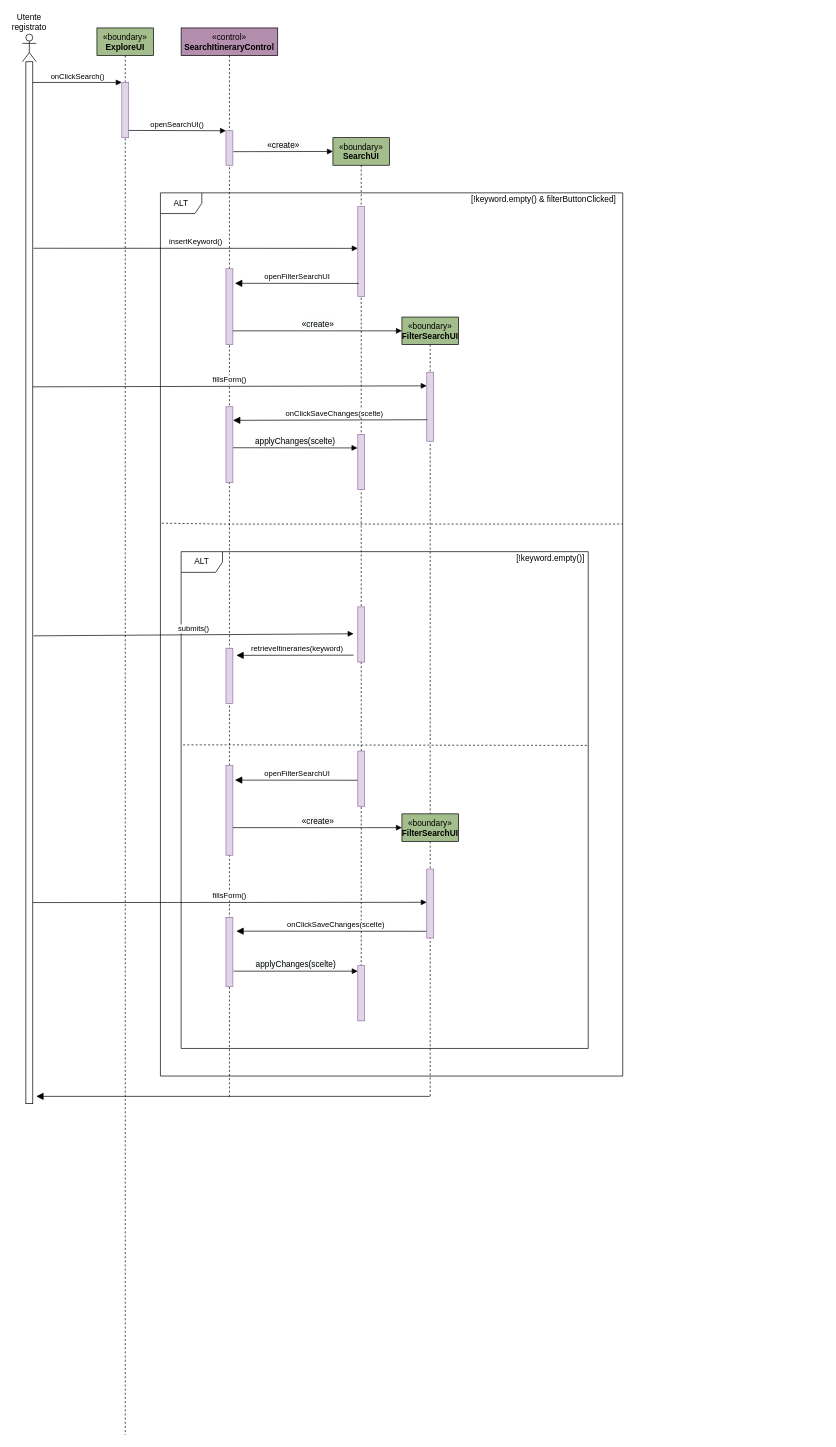
Earlier version of the draw.io diagram docs/sequenceDomain.drawio (archer-65/natour-2122). Source tidied: cells renumbered, new cells numbered last; positions are measured from the earlier drawing's top-left corner, leaving out a move shared by most shapes. Both pictures are drawn from the tidied source at 69%, with x=0, y=0 at pixel (22, 28).
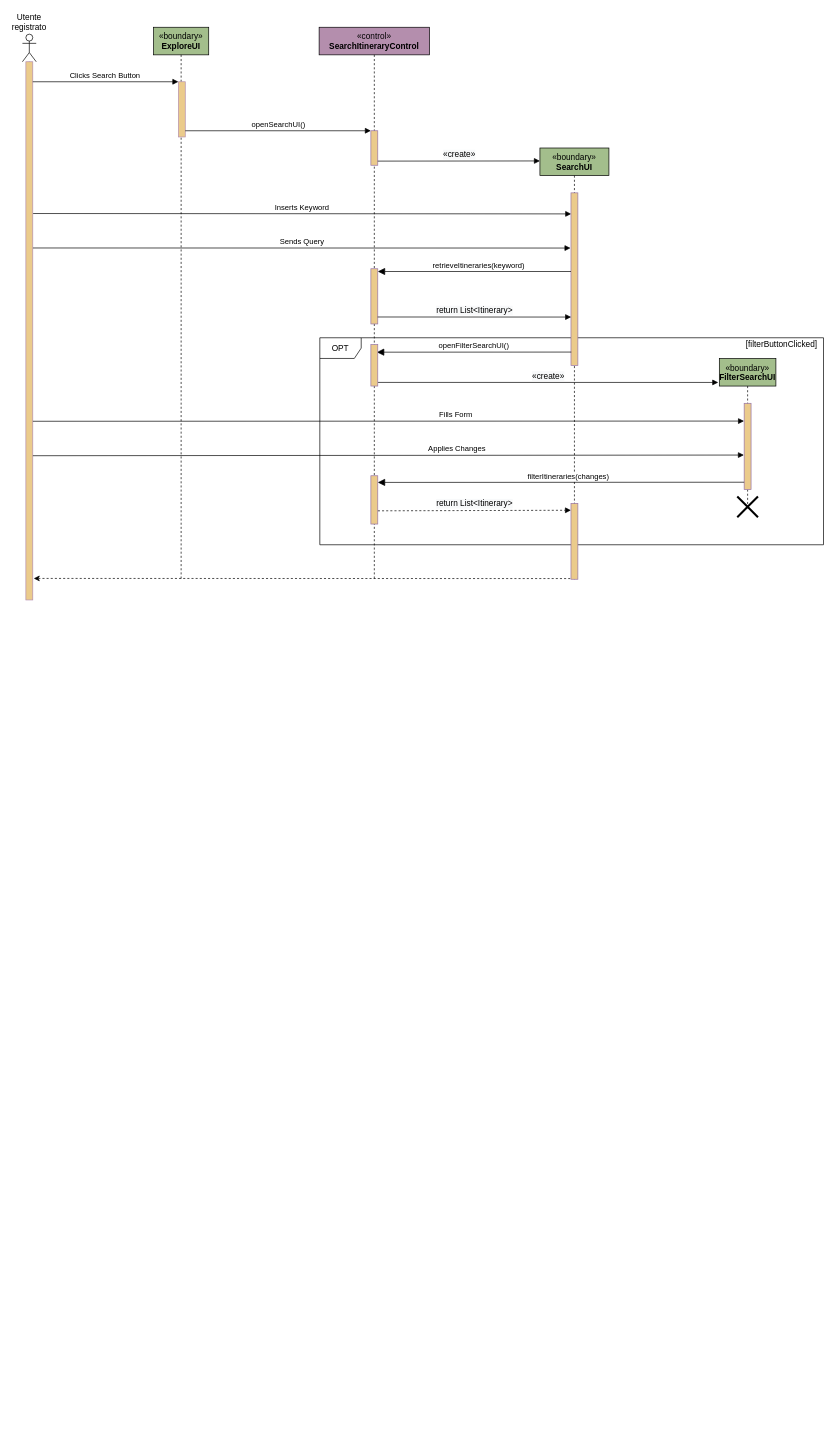
The same page after the edit.

Commit message (it also covers changes not shown here):
Sequence (Ricerca itinerario) completato

Diff of the diagram source:
```diff
@@
+    <mxCell id="46" value="OPT" style="shape=umlFrame;whiteSpace=wrap;html=1;" parent="1" vertex="1">
+      <mxGeometry x="431" y="449" width="730" height="300" as="geometry" />
+    </mxCell>
     <mxCell id="2" value="Utente registrato" style="shape=umlLifeline;participant=umlActor;perimeter=lifelinePerimeter;whiteSpace=wrap;html=1;verticalAlign=bottom;spacingTop=36;size=40;rounded=0;shadow=0;glass=0;labelPosition=center;verticalLabelPosition=top;align=center;strokeWidth=1;perimeterSpacing=0;" parent="1" vertex="1">
-      <mxGeometry y="9" width="20" height="1550" as="geometry" />
+      <mxGeometry y="9" width="20" height="810" as="geometry" />
     </mxCell>
-    <mxCell id="3" style="html=1;points=[];perimeter=orthogonalPerimeter;" parent="2" vertex="1">
-      <mxGeometry x="5" y="40" width="10" height="1510" as="geometry" />
+    <mxCell id="3" style="html=1;points=[];perimeter=orthogonalPerimeter;fillColor=#EBCB8B;strokeColor=#B48EAD;" parent="2" vertex="1">
+      <mxGeometry x="5" y="40" width="10" height="780" as="geometry" />
     </mxCell>
-    <mxCell id="4" value="onClickSearch()" style="html=1;verticalAlign=bottom;endArrow=block;entryX=0;entryY=0;" parent="1" edge="1" source="3" target="6">
+    <mxCell id="4" value="Clicks Search Button&amp;nbsp;" style="html=1;verticalAlign=bottom;endArrow=block;entryX=0;entryY=0;" parent="1" edge="1" source="3" target="6">
       <mxGeometry relative="1" as="geometry" />
     </mxCell>
     <mxCell id="5" value="&lt;span&gt;«boundary»&lt;/span&gt;&lt;br&gt;&lt;b&gt;ExploreUI&lt;/b&gt;" style="shape=umlLifeline;perimeter=lifelinePerimeter;whiteSpace=wrap;html=1;rounded=0;shadow=0;glass=0;strokeWidth=1;verticalAlign=top;fillColor=#A3BE8C;" parent="1" vertex="1">
-      <mxGeometry x="108" width="82" height="2039" as="geometry" />
+      <mxGeometry x="190" y="-1" width="80" height="800" as="geometry" />
     </mxCell>
-    <mxCell id="6" style="html=1;points=[];perimeter=orthogonalPerimeter;fillColor=#e1d5e7;strokeColor=#9673a6;" parent="5" vertex="1">
+    <mxCell id="6" style="html=1;points=[];perimeter=orthogonalPerimeter;fillColor=#EBCB8B;strokeColor=#B48EAD;" parent="5" vertex="1">
       <mxGeometry x="36" y="79" width="10" height="80" as="geometry" />
     </mxCell>
     <mxCell id="7" value="&lt;span&gt;«control»&lt;/span&gt;&lt;br&gt;&lt;b&gt;SearchItineraryControl&lt;/b&gt;" style="shape=umlLifeline;perimeter=lifelinePerimeter;whiteSpace=wrap;html=1;rounded=0;shadow=0;glass=0;strokeWidth=1;verticalAlign=top;fillColor=#B48EAD;" parent="1" vertex="1">
-      <mxGeometry x="230" width="140" height="1549" as="geometry" />
+      <mxGeometry x="430" y="-1" width="160" height="800" as="geometry" />
     </mxCell>
-    <mxCell id="8" style="html=1;points=[];perimeter=orthogonalPerimeter;fillColor=#e1d5e7;strokeColor=#9673a6;" parent="1" vertex="1">
-      <mxGeometry x="295" y="149" width="10" height="50" as="geometry" />
+    <mxCell id="8" style="html=1;points=[];perimeter=orthogonalPerimeter;strokeColor=#9673a6;fillColor=#EBCB8B;" parent="1" vertex="1">
+      <mxGeometry x="505" y="149" width="10" height="50" as="geometry" />
     </mxCell>
-    <mxCell id="9" value="openSearchUI()" style="html=1;verticalAlign=bottom;endArrow=block;entryX=0;entryY=0;exitX=1.006;exitY=0.869;exitDx=0;exitDy=0;exitPerimeter=0;" parent="1" edge="1" source="6" target="8">
-      <mxGeometry relative="1" as="geometry" />
+    <mxCell id="9" value="openSearchUI()" style="html=1;verticalAlign=bottom;endArrow=block;entryX=0;entryY=0;" parent="1" edge="1" target="8">
+      <mxGeometry relative="1" as="geometry">
+        <mxPoint x="236" y="149" as="sourcePoint" />
+      </mxGeometry>
     </mxCell>
     <mxCell id="10" value="&lt;span&gt;«boundary»&lt;/span&gt;&lt;br&gt;&lt;b&gt;SearchUI&lt;/b&gt;" style="shape=umlLifeline;perimeter=lifelinePerimeter;whiteSpace=wrap;html=1;outlineConnect=0;rounded=0;shadow=0;glass=0;strokeWidth=1;verticalAlign=top;fillColor=#A3BE8C;" parent="1" vertex="1">
-      <mxGeometry x="450" y="159" width="82" height="1200" as="geometry" />
+      <mxGeometry x="750" y="174" width="100" height="625" as="geometry" />
     </mxCell>
-    <mxCell id="11" value="insertKeyword()" style="html=1;verticalAlign=bottom;endArrow=block;exitX=1.1;exitY=0.179;exitDx=0;exitDy=0;exitPerimeter=0;entryX=0;entryY=0.465;entryDx=0;entryDy=0;entryPerimeter=0;" parent="1" edge="1" source="3" target="14">
+    <mxCell id="11" value="Inserts Keyword" style="html=1;verticalAlign=bottom;endArrow=block;entryX=0.036;entryY=0.122;entryDx=0;entryDy=0;entryPerimeter=0;exitX=1.05;exitY=0.282;exitDx=0;exitDy=0;exitPerimeter=0;" parent="1" edge="1" source="3" target="14">
       <mxGeometry relative="1" as="geometry" />
     </mxCell>
-    <mxCell id="12" value="&lt;span style=&quot;font-size: 12px ; background-color: rgb(248 , 249 , 250)&quot;&gt;«create»&lt;/span&gt;" style="html=1;verticalAlign=bottom;endArrow=block;exitX=1.067;exitY=0.606;exitDx=0;exitDy=0;exitPerimeter=0;" parent="1" edge="1" source="8">
+    <mxCell id="12" value="&lt;span style=&quot;font-size: 12px ; background-color: rgb(248 , 249 , 250)&quot;&gt;«create»&lt;/span&gt;" style="html=1;verticalAlign=bottom;endArrow=block;entryX=0;entryY=0.03;entryDx=0;entryDy=0;entryPerimeter=0;" parent="1" edge="1" target="10">
       <mxGeometry relative="1" as="geometry">
-        <mxPoint x="450" y="179" as="targetPoint" />
+        <mxPoint x="515" y="193" as="sourcePoint" />
       </mxGeometry>
     </mxCell>
-    <mxCell id="13" value="ALT" style="shape=umlFrame;whiteSpace=wrap;html=1;" parent="1" vertex="1">
-      <mxGeometry x="200" y="239" width="670" height="1280" as="geometry" />
-    </mxCell>
-    <mxCell id="14" style="html=1;points=[];perimeter=orthogonalPerimeter;fillColor=#e1d5e7;strokeColor=#9673a6;" parent="1" vertex="1">
-      <mxGeometry x="486" y="259" width="10" height="130" as="geometry" />
+    <mxCell id="14" style="html=1;points=[];perimeter=orthogonalPerimeter;strokeColor=#9673a6;fillColor=#EBCB8B;" parent="1" vertex="1">
+      <mxGeometry x="795" y="239" width="10" height="250" as="geometry" />
     </mxCell>
-    <mxCell id="15" value="[!keyword.empty() &amp;amp; filterButtonClicked]" style="text;html=1;align=center;verticalAlign=middle;strokeColor=none;fillColor=none;" parent="1" vertex="1">
-      <mxGeometry x="640" y="239" width="230" height="20" as="geometry" />
-    </mxCell>
-    <mxCell id="16" style="html=1;points=[];perimeter=orthogonalPerimeter;fillColor=#e1d5e7;strokeColor=#9673a6;" parent="1" vertex="1">
-      <mxGeometry x="295" y="349" width="10" height="110" as="geometry" />
-    </mxCell>
-    <mxCell id="17" value="openFilterSearchUI" style="html=1;verticalAlign=bottom;endArrow=block;endSize=8;strokeWidth=1;endFill=1;exitX=0.059;exitY=0.915;exitDx=0;exitDy=0;exitPerimeter=0;entryX=1.2;entryY=0.162;entryDx=0;entryDy=0;entryPerimeter=0;" parent="1" edge="1">
-      <mxGeometry relative="1" as="geometry">
-        <mxPoint x="487.6" y="370.3" as="sourcePoint" />
-        <mxPoint x="308" y="370.1" as="targetPoint" />
-      </mxGeometry>
-    </mxCell>
-    <mxCell id="18" value="&lt;span style=&quot;font-size: 12px ; background-color: rgb(248 , 249 , 250)&quot;&gt;«create»&lt;/span&gt;" style="html=1;verticalAlign=bottom;endArrow=block;" parent="1" edge="1" source="16">
-      <mxGeometry relative="1" as="geometry">
-        <mxPoint x="550" y="439" as="targetPoint" />
-      </mxGeometry>
-    </mxCell>
     <mxCell id="19" value="&lt;span&gt;«boundary»&lt;/span&gt;&lt;br&gt;&lt;b&gt;FilterSearchUI&lt;/b&gt;" style="shape=umlLifeline;perimeter=lifelinePerimeter;whiteSpace=wrap;html=1;outlineConnect=0;rounded=0;shadow=0;glass=0;strokeWidth=1;verticalAlign=top;fillColor=#A3BE8C;" parent="1" vertex="1">
-      <mxGeometry x="550" y="419" width="82" height="720" as="geometry" />
+      <mxGeometry x="1010" y="479" width="82" height="220" as="geometry" />
     </mxCell>
-    <mxCell id="20" style="html=1;points=[];perimeter=orthogonalPerimeter;fillColor=#e1d5e7;strokeColor=#9673a6;" parent="1" vertex="1">
-      <mxGeometry x="586" y="499" width="10" height="100" as="geometry" />
+    <mxCell id="20" style="html=1;points=[];perimeter=orthogonalPerimeter;strokeColor=#9673a6;fillColor=#EBCB8B;" parent="1" vertex="1">
+      <mxGeometry x="1046" y="544" width="10" height="125" as="geometry" />
     </mxCell>
-    <mxCell id="21" value="fillsForm()" style="html=1;verticalAlign=bottom;endArrow=block;entryX=0;entryY=0.197;entryDx=0;entryDy=0;entryPerimeter=0;exitX=1.017;exitY=0.312;exitDx=0;exitDy=0;exitPerimeter=0;" parent="1" edge="1" source="3" target="20">
-      <mxGeometry relative="1" as="geometry" />
+    <mxCell id="21" value="Fills Form" style="html=1;verticalAlign=bottom;endArrow=block;exitX=1.017;exitY=0.668;exitDx=0;exitDy=0;exitPerimeter=0;entryX=-0.02;entryY=0.206;entryDx=0;entryDy=0;entryPerimeter=0;" parent="1" edge="1" source="3" target="20">
+      <mxGeometry x="0.19" relative="1" as="geometry" />
     </mxCell>
-    <mxCell id="22" value="onClickSaveChanges(scelte)" style="html=1;verticalAlign=bottom;endArrow=block;endSize=8;strokeWidth=1;endFill=1;exitX=0.083;exitY=0.688;exitDx=0;exitDy=0;exitPerimeter=0;entryX=1.017;entryY=0.179;entryDx=0;entryDy=0;entryPerimeter=0;" parent="1" edge="1" source="20" target="42">
-      <mxGeometry x="-0.04" relative="1" as="geometry" />
-    </mxCell>
-    <mxCell id="23" style="html=1;points=[];perimeter=orthogonalPerimeter;fillColor=#e1d5e7;strokeColor=#9673a6;" parent="1" vertex="1">
-      <mxGeometry x="486" y="589" width="10" height="80" as="geometry" />
-    </mxCell>
-    <mxCell id="24" value="&lt;span style=&quot;font-size: 12px ; background-color: rgb(248 , 249 , 250)&quot;&gt;applyChanges(scelte)&lt;/span&gt;" style="html=1;verticalAlign=bottom;endArrow=block;entryX=-0.038;entryY=0.246;entryDx=0;entryDy=0;entryPerimeter=0;exitX=0.924;exitY=0.54;exitDx=0;exitDy=0;exitPerimeter=0;" parent="1" edge="1" source="42" target="23">
-      <mxGeometry relative="1" as="geometry" />
-    </mxCell>
-    <mxCell id="25" style="endArrow=none;dashed=1;html=1;exitX=0.003;exitY=0.374;exitDx=0;exitDy=0;exitPerimeter=0;" parent="1" edge="1" source="13">
-      <mxGeometry relative="1" as="geometry">
-        <mxPoint x="870" y="719" as="targetPoint" />
-        <Array as="points">
-          <mxPoint x="290" y="719" />
-        </Array>
-      </mxGeometry>
-    </mxCell>
-    <mxCell id="26" value="ALT" style="shape=umlFrame;whiteSpace=wrap;html=1;" parent="1" vertex="1">
-      <mxGeometry x="230" y="759" width="590" height="720" as="geometry" />
-    </mxCell>
-    <mxCell id="27" value="[!keyword.empty()]" style="text;html=1;align=center;verticalAlign=middle;strokeColor=none;fillColor=none;" parent="1" vertex="1">
-      <mxGeometry x="710" y="759" width="110" height="20" as="geometry" />
-    </mxCell>
-    <mxCell id="28" style="endArrow=none;dashed=1;html=1;exitX=0.005;exitY=0.389;exitDx=0;exitDy=0;exitPerimeter=0;entryX=1.002;entryY=0.39;entryDx=0;entryDy=0;entryPerimeter=0;" parent="1" edge="1" source="26" target="26">
-      <mxGeometry relative="1" as="geometry">
-        <Array as="points">
-          <mxPoint x="260" y="1039" />
-          <mxPoint x="291" y="1039" />
-        </Array>
-      </mxGeometry>
-    </mxCell>
-    <mxCell id="29" style="html=1;perimeter=orthogonalPerimeter;fillColor=#e1d5e7;strokeColor=#9673a6;" parent="1" vertex="1">
-      <mxGeometry x="486" y="839" width="10" height="80" as="geometry" />
-    </mxCell>
-    <mxCell id="30" value="submits()" style="html=1;verticalAlign=bottom;endArrow=block;exitX=1.1;exitY=0.551;exitDx=0;exitDy=0;exitPerimeter=0;" parent="1" edge="1" source="3">
-      <mxGeometry relative="1" as="geometry">
-        <mxPoint x="480" y="878" as="targetPoint" />
-      </mxGeometry>
-    </mxCell>
-    <mxCell id="31" style="html=1;perimeter=orthogonalPerimeter;fillColor=#e1d5e7;strokeColor=#9673a6;" parent="1" vertex="1">
-      <mxGeometry x="295" y="899" width="10" height="80" as="geometry" />
-    </mxCell>
+    <mxCell id="47" style="edgeStyle=none;html=1;dashed=1;entryX=1.14;entryY=0.96;entryDx=0;entryDy=0;entryPerimeter=0;" parent="1" edge="1" target="3">
+      <mxGeometry relative="1" as="geometry">
+        <mxPoint x="794" y="798" as="sourcePoint" />
+      </mxGeometry>
+    </mxCell>
+    <mxCell id="48" style="html=1;points=[];perimeter=orthogonalPerimeter;strokeColor=#9673a6;fillColor=#EBCB8B;" parent="1" vertex="1">
+      <mxGeometry x="795" y="689" width="10" height="110" as="geometry" />
+    </mxCell>
+    <mxCell id="49" style="html=1;points=[];perimeter=orthogonalPerimeter;strokeColor=#9673a6;fillColor=#EBCB8B;" parent="1" vertex="1">
+      <mxGeometry x="505" y="649" width="10" height="70" as="geometry" />
+    </mxCell>
+    <mxCell id="50" value="openFilterSearchUI()" style="html=1;verticalAlign=bottom;endArrow=block;endSize=8;strokeWidth=1;endFill=1;exitX=0.043;exitY=0.923;exitDx=0;exitDy=0;exitPerimeter=0;entryX=0.872;entryY=0.182;entryDx=0;entryDy=0;entryPerimeter=0;" parent="1" edge="1" source="14" target="55">
+      <mxGeometry relative="1" as="geometry" />
+    </mxCell>
+    <mxCell id="51" value="[filterButtonClicked]" style="text;html=1;align=center;verticalAlign=middle;strokeColor=none;fillColor=none;" parent="1" vertex="1">
+      <mxGeometry x="1040" y="449" width="120" height="20" as="geometry" />
+    </mxCell>
     <mxCell id="32" value="retrieveItineraries(keyword)" style="html=1;verticalAlign=bottom;endArrow=block;endSize=8;strokeWidth=1;endFill=1;" parent="1" edge="1">
       <mxGeometry x="-0.04" relative="1" as="geometry">
-        <mxPoint x="480" y="909" as="sourcePoint" />
-        <mxPoint x="310" y="909.3" as="targetPoint" />
+        <mxPoint x="795" y="353" as="sourcePoint" />
+        <mxPoint x="515" y="353" as="targetPoint" />
       </mxGeometry>
     </mxCell>
-    <mxCell id="33" style="html=1;points=[];perimeter=orthogonalPerimeter;fillColor=#e1d5e7;strokeColor=#9673a6;" parent="1" vertex="1">
-      <mxGeometry x="295" y="1069" width="10" height="130" as="geometry" />
-    </mxCell>
-    <mxCell id="34" value="openFilterSearchUI" style="html=1;verticalAlign=bottom;endArrow=block;endSize=8;strokeWidth=1;endFill=1;exitX=0.059;exitY=0.915;exitDx=0;exitDy=0;exitPerimeter=0;entryX=1.2;entryY=0.162;entryDx=0;entryDy=0;entryPerimeter=0;" parent="1" edge="1">
-      <mxGeometry relative="1" as="geometry">
-        <mxPoint x="487.6" y="1090.3" as="sourcePoint" />
-        <mxPoint x="308" y="1090.1" as="targetPoint" />
-      </mxGeometry>
-    </mxCell>
-    <mxCell id="35" value="&lt;span style=&quot;font-size: 12px ; background-color: rgb(248 , 249 , 250)&quot;&gt;«create»&lt;/span&gt;" style="html=1;verticalAlign=bottom;endArrow=block;" parent="1" edge="1" source="33">
-      <mxGeometry relative="1" as="geometry">
-        <mxPoint x="550" y="1159" as="targetPoint" />
-      </mxGeometry>
-    </mxCell>
-    <mxCell id="36" value="&lt;span&gt;«boundary»&lt;/span&gt;&lt;br&gt;&lt;b&gt;FilterSearchUI&lt;/b&gt;" style="shape=umlLifeline;perimeter=lifelinePerimeter;whiteSpace=wrap;html=1;outlineConnect=0;rounded=0;shadow=0;glass=0;strokeWidth=1;verticalAlign=top;fillColor=#A3BE8C;" parent="1" vertex="1">
-      <mxGeometry x="550" y="1139" width="82" height="410" as="geometry" />
-    </mxCell>
-    <mxCell id="37" value="onClickSaveChanges(scelte)" style="html=1;verticalAlign=bottom;endArrow=block;endSize=8;strokeWidth=1;endFill=1;exitX=0.059;exitY=0.915;exitDx=0;exitDy=0;exitPerimeter=0;" parent="1" edge="1">
-      <mxGeometry x="-0.04" relative="1" as="geometry">
-        <mxPoint x="586" y="1309.2" as="sourcePoint" />
-        <mxPoint x="310" y="1309" as="targetPoint" />
-      </mxGeometry>
-    </mxCell>
-    <mxCell id="38" value="&lt;span style=&quot;font-size: 12px ; background-color: rgb(248 , 249 , 250)&quot;&gt;applyChanges(scelte)&lt;/span&gt;" style="html=1;verticalAlign=bottom;endArrow=block;" parent="1" edge="1">
-      <mxGeometry relative="1" as="geometry">
-        <mxPoint x="306" y="1367" as="sourcePoint" />
-        <mxPoint x="486" y="1367" as="targetPoint" />
-      </mxGeometry>
-    </mxCell>
-    <mxCell id="39" style="html=1;perimeter=orthogonalPerimeter;fillColor=#e1d5e7;strokeColor=#9673a6;" parent="1" vertex="1">
-      <mxGeometry x="486" y="1359" width="10" height="80" as="geometry" />
-    </mxCell>
-    <mxCell id="40" style="html=1;points=[];perimeter=orthogonalPerimeter;fillColor=#e1d5e7;strokeColor=#9673a6;" parent="1" vertex="1">
-      <mxGeometry x="586" y="1219" width="10" height="100" as="geometry" />
-    </mxCell>
-    <mxCell id="41" value="fillsForm()" style="html=1;verticalAlign=bottom;endArrow=block;entryX=0.005;entryY=0.482;entryDx=0;entryDy=0;entryPerimeter=0;exitX=1.017;exitY=0.807;exitDx=0;exitDy=0;exitPerimeter=0;" parent="1" edge="1" source="3" target="40">
-      <mxGeometry relative="1" as="geometry" />
-    </mxCell>
-    <mxCell id="42" style="html=1;points=[];perimeter=orthogonalPerimeter;fillColor=#e1d5e7;strokeColor=#9673a6;" parent="1" vertex="1">
-      <mxGeometry x="295" y="549" width="10" height="110" as="geometry" />
-    </mxCell>
-    <mxCell id="43" style="html=1;perimeter=orthogonalPerimeter;fillColor=#e1d5e7;strokeColor=#9673a6;" parent="1" vertex="1">
-      <mxGeometry x="486" y="1048" width="10" height="80" as="geometry" />
-    </mxCell>
-    <mxCell id="44" style="html=1;verticalAlign=bottom;endArrow=block;endSize=8;strokeWidth=1;endFill=1;entryX=1.5;entryY=0.993;entryDx=0;entryDy=0;entryPerimeter=0;" parent="1" edge="1" source="36" target="3">
-      <mxGeometry relative="1" as="geometry" />
-    </mxCell>
-    <mxCell id="45" style="html=1;perimeter=orthogonalPerimeter;fillColor=#e1d5e7;strokeColor=#9673a6;" parent="1" vertex="1">
-      <mxGeometry x="295" y="1289" width="10" height="100" as="geometry" />
-    </mxCell>
+    <mxCell id="52" style="html=1;points=[];perimeter=orthogonalPerimeter;strokeColor=#9673a6;fillColor=#EBCB8B;" parent="1" vertex="1">
+      <mxGeometry x="505" y="349" width="10" height="80" as="geometry" />
+    </mxCell>
+    <mxCell id="53" value="&lt;span style=&quot;font-size: 12px ; background-color: rgb(248 , 249 , 250)&quot;&gt;return List&amp;lt;Itinerary&amp;gt;&lt;/span&gt;" style="html=1;verticalAlign=bottom;endArrow=block;entryX=0.024;entryY=0.72;entryDx=0;entryDy=0;entryPerimeter=0;exitX=0.985;exitY=0.874;exitDx=0;exitDy=0;exitPerimeter=0;" parent="1" edge="1" source="52" target="14">
+      <mxGeometry relative="1" as="geometry" />
+    </mxCell>
+    <mxCell id="54" value="&lt;span style=&quot;font-size: 12px ; background-color: rgb(248 , 249 , 250)&quot;&gt;«create»&lt;/span&gt;" style="html=1;verticalAlign=bottom;endArrow=block;exitX=1.004;exitY=0.912;exitDx=0;exitDy=0;exitPerimeter=0;entryX=-0.019;entryY=0.158;entryDx=0;entryDy=0;entryPerimeter=0;" parent="1" edge="1" source="55" target="19">
+      <mxGeometry relative="1" as="geometry" />
+    </mxCell>
+    <mxCell id="55" style="html=1;points=[];perimeter=orthogonalPerimeter;strokeColor=#9673a6;fillColor=#EBCB8B;" parent="1" vertex="1">
+      <mxGeometry x="505" y="459" width="10" height="60" as="geometry" />
+    </mxCell>
+    <mxCell id="56" value="&amp;nbsp;Applies Changes" style="html=1;verticalAlign=bottom;endArrow=block;exitX=1.017;exitY=0.732;exitDx=0;exitDy=0;exitPerimeter=0;entryX=-0.035;entryY=0.6;entryDx=0;entryDy=0;entryPerimeter=0;" parent="1" edge="1" source="3" target="20">
+      <mxGeometry x="0.19" relative="1" as="geometry" />
+    </mxCell>
+    <mxCell id="57" value="filterItineraries(changes)" style="html=1;verticalAlign=bottom;endArrow=block;endSize=8;strokeWidth=1;endFill=1;exitX=0;exitY=0.915;exitDx=0;exitDy=0;exitPerimeter=0;entryX=1;entryY=0.138;entryDx=0;entryDy=0;entryPerimeter=0;" parent="1" edge="1" source="20" target="49">
+      <mxGeometry x="-0.04" relative="1" as="geometry" />
+    </mxCell>
+    <mxCell id="58" value="&lt;span style=&quot;font-size: 12px ; background-color: rgb(248 , 249 , 250)&quot;&gt;return List&amp;lt;Itinerary&amp;gt;&lt;/span&gt;" style="html=1;verticalAlign=bottom;endArrow=block;dashed=1;exitX=1.017;exitY=0.726;exitDx=0;exitDy=0;exitPerimeter=0;entryX=0;entryY=0.091;entryDx=0;entryDy=0;entryPerimeter=0;" parent="1" edge="1" source="49" target="48">
+      <mxGeometry relative="1" as="geometry" />
+    </mxCell>
+    <mxCell id="59" value="Sends Query" style="html=1;verticalAlign=bottom;endArrow=block;exitX=1.028;exitY=0.346;exitDx=0;exitDy=0;exitPerimeter=0;entryX=-0.069;entryY=0.32;entryDx=0;entryDy=0;entryPerimeter=0;" parent="1" edge="1" source="3" target="14">
+      <mxGeometry relative="1" as="geometry" />
+    </mxCell>
+    <mxCell id="60" style="shape=umlDestroy;whiteSpace=wrap;html=1;strokeWidth=3;" parent="1" vertex="1">
+      <mxGeometry x="1036" y="679" width="30" height="30" as="geometry" />
+    </mxCell>
```
